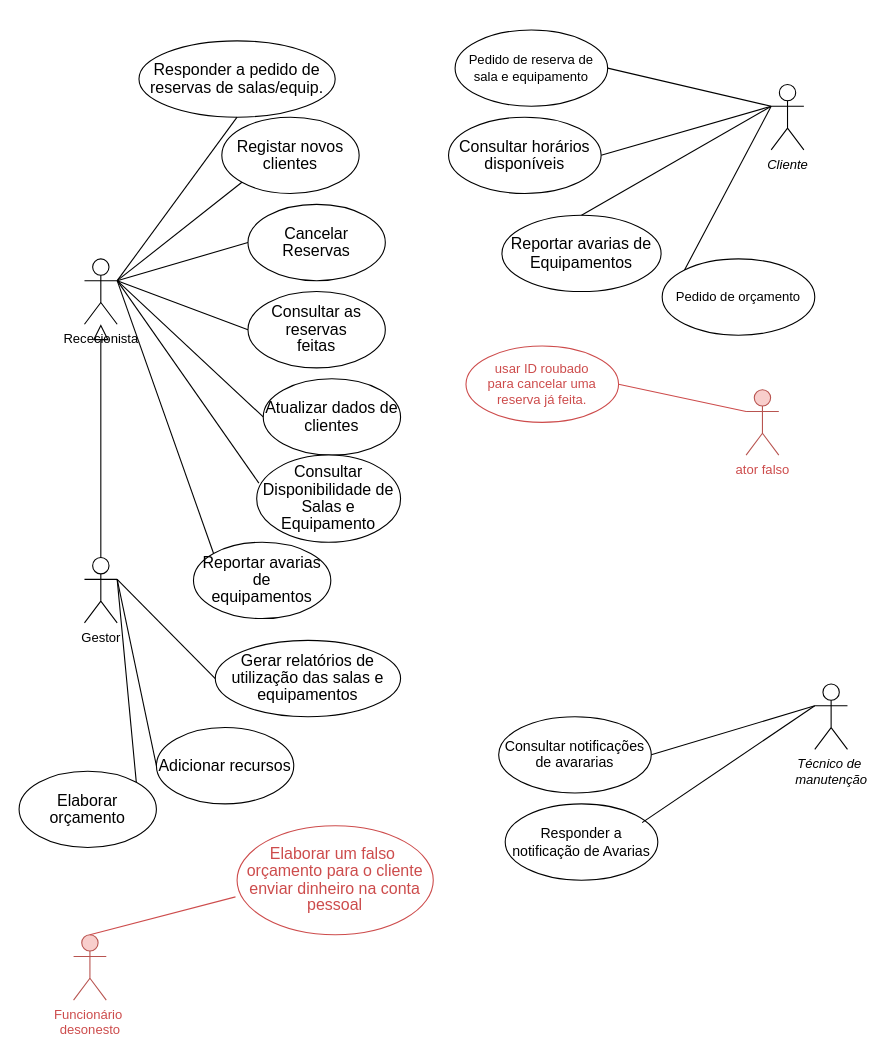
Earlier version of the draw.io diagram page "Com casos indevidos" (2 of 2) of projeto case use.drawio (ic3K1ng/Rooms-Equipments). Source tidied: cells renumbered, new cells numbered last; positions are measured from the earlier drawing's top-left corner, leaving out a move shared by most shapes. Both pictures are drawn from the tidied source at 109%, with x=0, y=0 at pixel (19, 29).
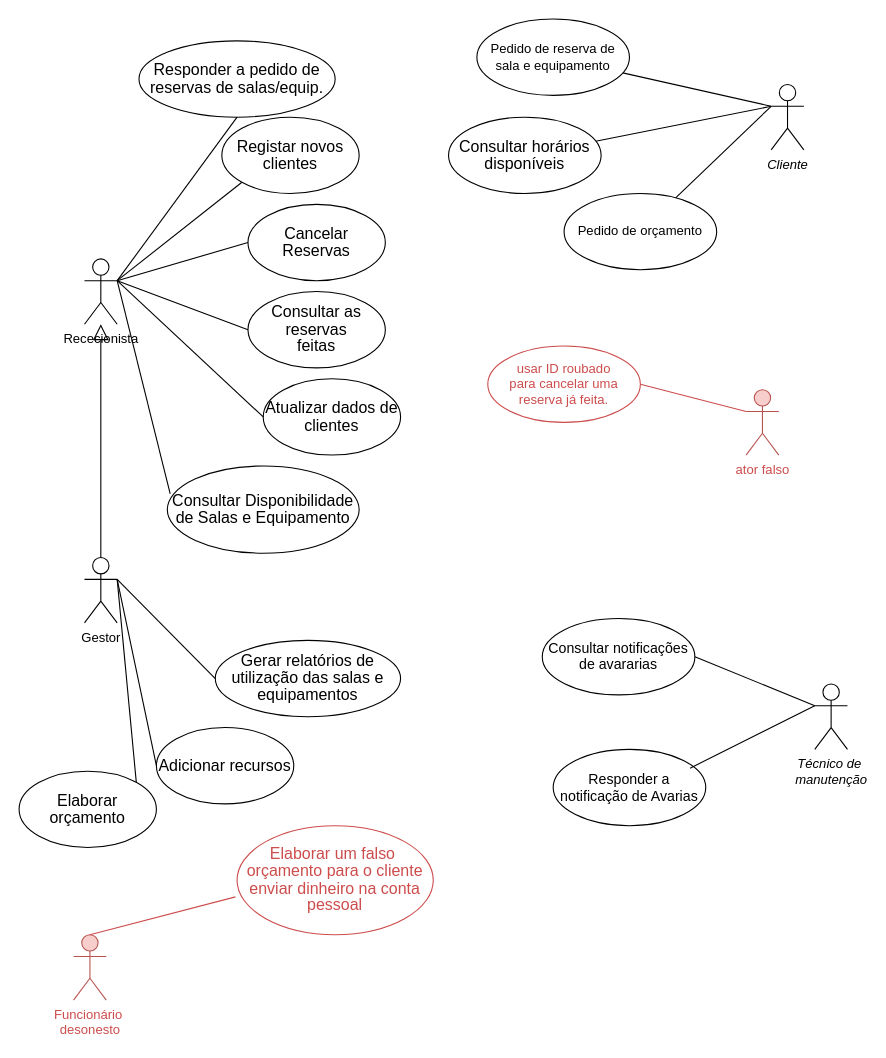
The same diagram, later.

Unchanged cells that the change refers to:
```xml
<mxCell id="2" value="Rececionista" style="shape=umlActor;html=1;verticalLabelPosition=bottom;verticalAlign=top;align=center;" parent="1" vertex="1">
  <mxGeometry x="60" y="210" width="30" height="60" as="geometry" />
</mxCell>
<mxCell id="23" value="&lt;i&gt;Cliente&lt;/i&gt;" style="shape=umlActor;html=1;verticalLabelPosition=bottom;verticalAlign=top;align=center;" parent="1" vertex="1">
  <mxGeometry x="690" y="50" width="30" height="60" as="geometry" />
</mxCell>
<mxCell id="26" value="&lt;span style=&quot;font-size:11.0pt;line-height:107%;&lt;br/&gt;font-family:&amp;quot;Aptos&amp;quot;,sans-serif;mso-ascii-theme-font:minor-latin;mso-fareast-font-family:&lt;br/&gt;Aptos;mso-fareast-theme-font:minor-latin;mso-hansi-theme-font:minor-latin;&lt;br/&gt;mso-bidi-font-family:Arial;mso-bidi-theme-font:minor-bidi;mso-ansi-language:&lt;br/&gt;PT;mso-fareast-language:EN-US;mso-bidi-language:AR-SA&quot;&gt;Consultar horários disponíveis&lt;/span&gt;" style="ellipse;whiteSpace=wrap;html=1;" parent="1" vertex="1">
  <mxGeometry x="394" y="80" width="140" height="70" as="geometry" />
</mxCell>
```

Change to the diagram source:
```diff
@@
-    <mxCell id="12" value="&lt;span style=&quot;font-size:11.0pt;line-height:107%;&lt;br/&gt;font-family:&amp;quot;Aptos&amp;quot;,sans-serif;mso-ascii-theme-font:minor-latin;mso-fareast-font-family:&lt;br/&gt;Aptos;mso-fareast-theme-font:minor-latin;mso-hansi-theme-font:minor-latin;&lt;br/&gt;mso-bidi-font-family:Arial;mso-bidi-theme-font:minor-bidi;mso-ansi-language:&lt;br/&gt;PT;mso-fareast-language:EN-US;mso-bidi-language:AR-SA&quot;&gt;Reportar avarias de&lt;br/&gt;equipamentos&lt;/span&gt;" style="ellipse;whiteSpace=wrap;html=1;fontStyle=0;" parent="1" vertex="1">
-      <mxGeometry x="160" y="470" width="126" height="70" as="geometry" />
-    </mxCell>
@@
-    <mxCell id="21" style="edgeStyle=none;html=1;endArrow=none;verticalAlign=bottom;rounded=0;entryX=0;entryY=0;entryDx=0;entryDy=0;exitX=1;exitY=0.3333333333333333;exitDx=0;exitDy=0;exitPerimeter=0;" parent="1" edge="1" source="2" target="12">
-      <mxGeometry relative="1" as="geometry" />
-    </mxCell>
@@
-    <mxCell id="25" style="edgeStyle=none;html=1;endArrow=none;verticalAlign=bottom;rounded=0;exitX=1;exitY=0.5;exitDx=0;exitDy=0;entryX=0;entryY=0.3333333333333333;entryDx=0;entryDy=0;entryPerimeter=0;" parent="1" edge="1" source="26" target="23">
+    <mxCell id="25" style="edgeStyle=none;html=1;endArrow=none;verticalAlign=bottom;rounded=0;entryX=0;entryY=0.3333333333333333;entryDx=0;entryDy=0;entryPerimeter=0;" parent="1" edge="1" source="26" target="23">
       <mxGeometry relative="1" as="geometry" />
     </mxCell>
@@
     <mxCell id="27" value="&lt;span style=&quot;line-height: 107%; font-size: 13px;&quot;&gt;Consultar notificações de avararias&lt;/span&gt;" style="ellipse;whiteSpace=wrap;html=1;" parent="1" vertex="1">
-      <mxGeometry x="440" y="630" width="140" height="70" as="geometry" />
+      <mxGeometry x="480" y="540" width="140" height="70" as="geometry" />
     </mxCell>
@@
     <mxCell id="29" value="&lt;span style=&quot;font-size:11.0pt;line-height:107%;&lt;br/&gt;font-family:&amp;quot;Aptos&amp;quot;,sans-serif;mso-ascii-theme-font:minor-latin;mso-fareast-font-family:&lt;br/&gt;Aptos;mso-fareast-theme-font:minor-latin;mso-hansi-theme-font:minor-latin;&lt;br/&gt;mso-bidi-font-family:Arial;mso-bidi-theme-font:minor-bidi;mso-ansi-language:&lt;br/&gt;PT;mso-fareast-language:EN-US;mso-bidi-language:AR-SA&quot;&gt;Consultar Disponibilidade de Salas e Equipamento&lt;/span&gt;" style="ellipse;whiteSpace=wrap;html=1;fontStyle=0;" parent="1" vertex="1">
-      <mxGeometry x="218" y="390" width="132" height="80" as="geometry" />
+      <mxGeometry x="136" y="400" width="176" height="80" as="geometry" />
     </mxCell>
@@
-    <mxCell id="31" value="&lt;span style=&quot;font-size: 14.6667px;&quot;&gt;Reportar avarias de Equipamentos&lt;/span&gt;" style="ellipse;whiteSpace=wrap;html=1;" parent="1" vertex="1">
-      <mxGeometry x="443" y="170" width="146" height="70" as="geometry" />
-    </mxCell>
-    <mxCell id="32" style="edgeStyle=none;html=1;endArrow=none;verticalAlign=bottom;rounded=0;exitX=0.5;exitY=0;exitDx=0;exitDy=0;" parent="1" edge="1" source="31">
-      <mxGeometry relative="1" as="geometry">
-        <mxPoint x="690" y="70" as="targetPoint" />
-      </mxGeometry>
-    </mxCell>
     <mxCell id="33" value="&lt;span style=&quot;font-size: 13px;&quot;&gt;Responder a notificação de Avarias&lt;/span&gt;" style="ellipse;whiteSpace=wrap;html=1;" parent="1" vertex="1">
-      <mxGeometry x="446" y="710" width="140" height="70" as="geometry" />
+      <mxGeometry x="490" y="660" width="140" height="70" as="geometry" />
     </mxCell>
@@
     <mxCell id="37" value="&lt;font color=&quot;#cd4c4c&quot;&gt;usar ID roubado&lt;/font&gt;&lt;div&gt;&lt;font color=&quot;#cd4c4c&quot;&gt;para cancelar uma reserva já feita.&lt;/font&gt;&lt;/div&gt;" style="ellipse;whiteSpace=wrap;html=1;strokeColor=#CD4C4C;" parent="1" vertex="1">
-      <mxGeometry x="410" y="290" width="140" height="70" as="geometry" />
+      <mxGeometry x="430" y="290" width="140" height="70" as="geometry" />
     </mxCell>
@@
     <mxCell id="39" value="Pedido de reserva de sala e equipamento" style="ellipse;whiteSpace=wrap;html=1;" parent="1" vertex="1">
-      <mxGeometry x="400" width="140" height="70" as="geometry" />
+      <mxGeometry x="420" y="-10" width="140" height="70" as="geometry" />
     </mxCell>
-    <mxCell id="40" style="edgeStyle=none;html=1;endArrow=none;verticalAlign=bottom;rounded=0;exitX=1;exitY=0.5;exitDx=0;exitDy=0;entryX=0;entryY=0.3333333333333333;entryDx=0;entryDy=0;entryPerimeter=0;" parent="1" edge="1" source="39" target="23">
+    <mxCell id="40" style="edgeStyle=none;html=1;endArrow=none;verticalAlign=bottom;rounded=0;entryX=0;entryY=0.3333333333333333;entryDx=0;entryDy=0;entryPerimeter=0;" parent="1" edge="1" source="39" target="23">
       <mxGeometry relative="1" as="geometry" />
     </mxCell>
     <mxCell id="41" value="Pedido de orçamento" style="ellipse;whiteSpace=wrap;html=1;" parent="1" vertex="1">
-      <mxGeometry x="590" y="210" width="140" height="70" as="geometry" />
+      <mxGeometry x="500" y="150" width="140" height="70" as="geometry" />
     </mxCell>
-    <mxCell id="42" style="edgeStyle=none;html=1;endArrow=none;verticalAlign=bottom;rounded=0;exitX=0;exitY=0;exitDx=0;exitDy=0;entryX=0;entryY=0.3333333333333333;entryDx=0;entryDy=0;entryPerimeter=0;" parent="1" edge="1" source="41" target="23">
+    <mxCell id="42" style="edgeStyle=none;html=1;endArrow=none;verticalAlign=bottom;rounded=0;entryX=0;entryY=0.3333333333333333;entryDx=0;entryDy=0;entryPerimeter=0;" parent="1" edge="1" source="41" target="23">
       <mxGeometry relative="1" as="geometry" />
     </mxCell>
```
